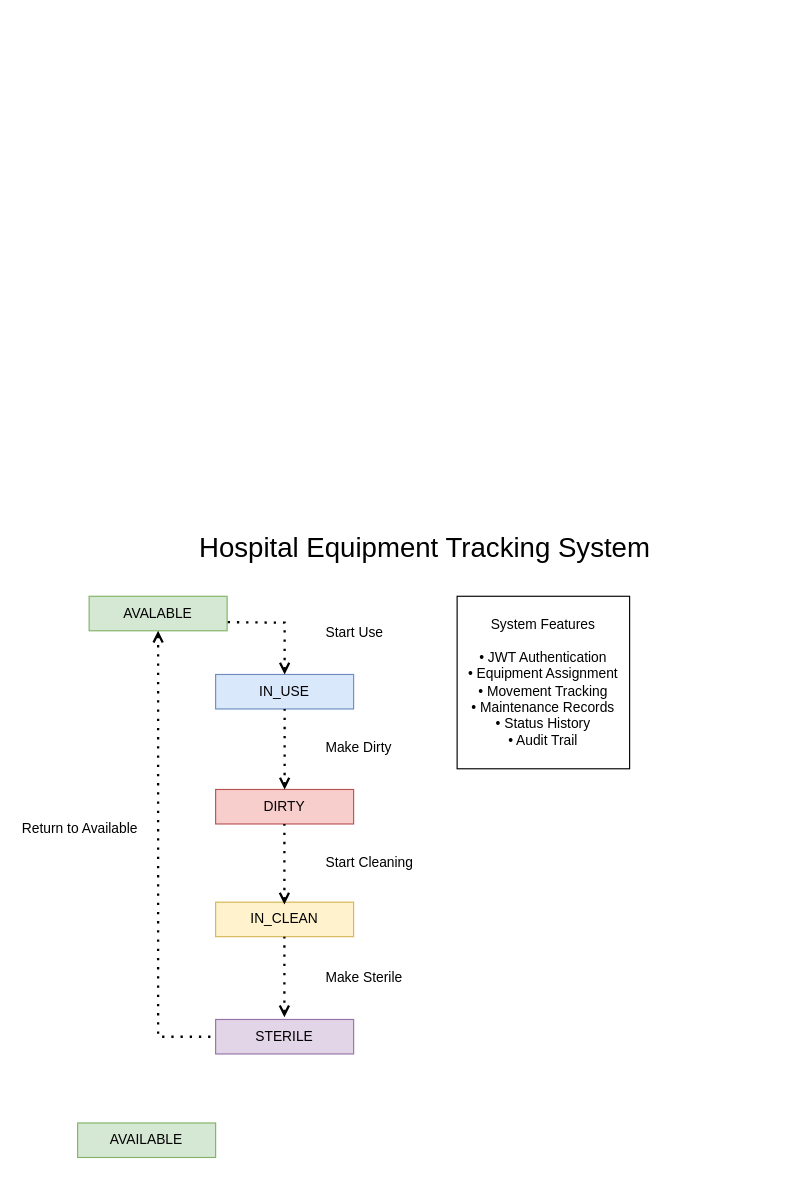
Before: docs/LifeSafety.drawio in QTian157/hospital-workflow-backend, a draw.io diagram. Source tidied: cells renumbered, new cells numbered last; positions are measured from the earlier drawing's top-left corner, leaving out a move shared by most shapes. Both pictures are drawn from the tidied source at 115%, with x=0, y=0 at pixel (20, 523).
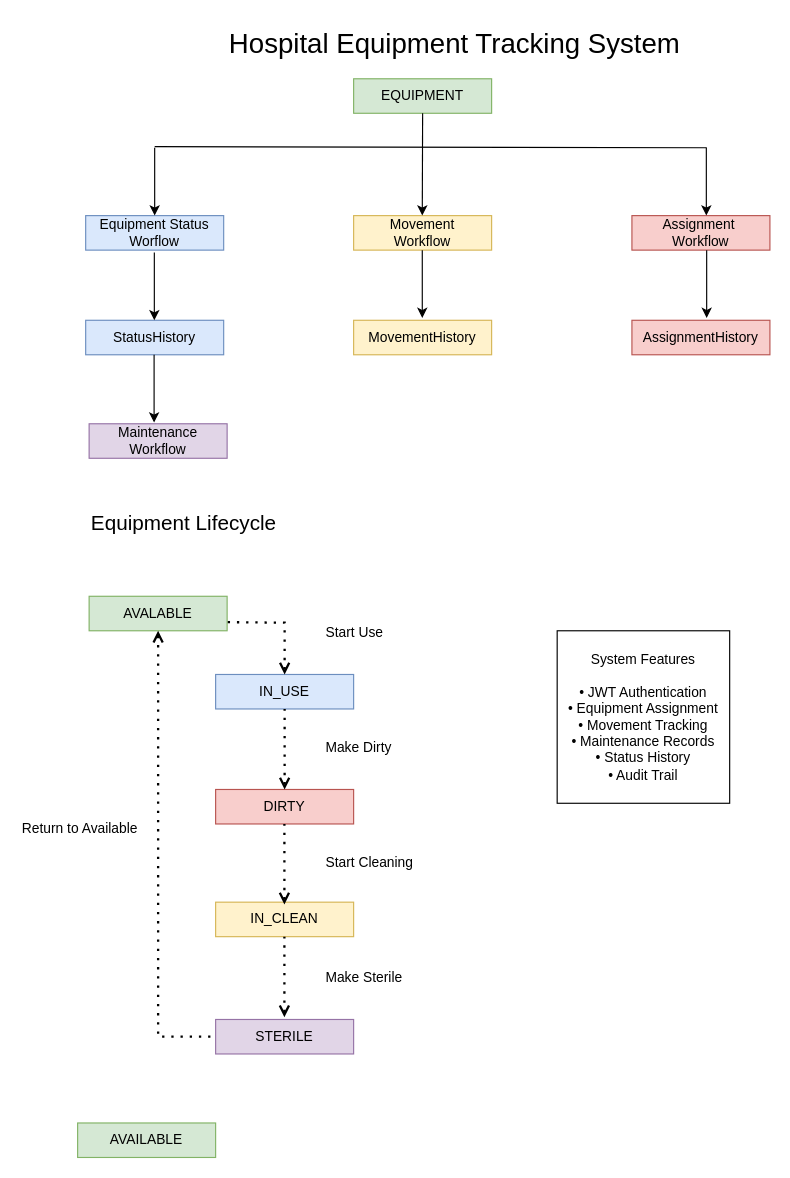
After the change.

Diff of the diagram source:
```diff
@@
     <mxCell id="3" value="&lt;font style=&quot;font-size: 24px;&quot;&gt;Hospital Equipment Tracking System&lt;/font&gt;" style="text;whiteSpace=wrap;html=1;" parent="1" vertex="1">
-      <mxGeometry x="154" width="396" height="40" as="geometry" />
+      <mxGeometry x="180" y="-438" width="396" height="40" as="geometry" />
     </mxCell>
@@
     <mxCell id="19" value="&lt;div&gt;&lt;font&gt;System Features&lt;/font&gt;&lt;/div&gt;&lt;div&gt;&lt;font&gt;&lt;br&gt;&lt;/font&gt;&lt;/div&gt;&lt;div&gt;&lt;font&gt;• JWT Authentication&lt;/font&gt;&lt;/div&gt;&lt;div&gt;&lt;font&gt;• Equipment Assignment&lt;/font&gt;&lt;/div&gt;&lt;div&gt;&lt;font&gt;• Movement Tracking&lt;/font&gt;&lt;/div&gt;&lt;div&gt;&lt;font&gt;• Maintenance Records&lt;/font&gt;&lt;/div&gt;&lt;div&gt;&lt;font&gt;• Status History&lt;/font&gt;&lt;/div&gt;&lt;div&gt;&lt;font&gt;• Audit Trail&lt;/font&gt;&lt;/div&gt;" style="whiteSpace=wrap;html=1;" parent="1" vertex="1">
-      <mxGeometry x="380" y="63" width="150" height="150" as="geometry" />
+      <mxGeometry x="467" y="93" width="150" height="150" as="geometry" />
     </mxCell>
+    <mxCell id="20" value="EQUIPMENT" style="rounded=0;whiteSpace=wrap;html=1;fillColor=#d5e8d4;strokeColor=#82b366;" parent="1" vertex="1">
+      <mxGeometry x="290" y="-387" width="120" height="30" as="geometry" />
+    </mxCell>
+    <mxCell id="21" value="Equipment Status&lt;div&gt;Worflow&lt;/div&gt;" style="rounded=0;whiteSpace=wrap;html=1;fillColor=#dae8fc;strokeColor=#6c8ebf;" parent="1" vertex="1">
+      <mxGeometry x="57" y="-268" width="120" height="30" as="geometry" />
+    </mxCell>
+    <mxCell id="22" value="Movement&lt;div&gt;Workflow&lt;/div&gt;" style="rounded=0;whiteSpace=wrap;html=1;fillColor=#fff2cc;strokeColor=#d6b656;" parent="1" vertex="1">
+      <mxGeometry x="290" y="-268" width="120" height="30" as="geometry" />
+    </mxCell>
+    <mxCell id="23" value="Assignment&amp;nbsp;&lt;div&gt;Workflow&lt;/div&gt;" style="rounded=0;whiteSpace=wrap;html=1;fillColor=#f8cecc;strokeColor=#b85450;" parent="1" vertex="1">
+      <mxGeometry x="532" y="-268" width="120" height="30" as="geometry" />
+    </mxCell>
+    <mxCell id="24" style="endArrow=none;html=1;rounded=0;" parent="1" edge="1">
+      <mxGeometry relative="1" as="geometry">
+        <mxPoint x="117" y="-328" as="sourcePoint" />
+        <mxPoint x="597" y="-327" as="targetPoint" />
+      </mxGeometry>
+    </mxCell>
+    <mxCell id="25" style="endArrow=classic;html=1;rounded=0;entryX=0.5;entryY=0;entryDx=0;entryDy=0;" parent="1" edge="1" target="21">
+      <mxGeometry relative="1" as="geometry">
+        <mxPoint x="117" y="-327" as="sourcePoint" />
+      </mxGeometry>
+    </mxCell>
+    <mxCell id="26" style="endArrow=classic;html=1;rounded=0;entryX=0.5;entryY=0;entryDx=0;entryDy=0;exitX=0.5;exitY=1;exitDx=0;exitDy=0;" parent="1" edge="1" source="20">
+      <mxGeometry relative="1" as="geometry">
+        <mxPoint x="349.7" y="-268" as="targetPoint" />
+      </mxGeometry>
+    </mxCell>
+    <mxCell id="27" style="endArrow=classic;html=1;rounded=0;entryX=0.5;entryY=0;entryDx=0;entryDy=0;" parent="1" edge="1">
+      <mxGeometry relative="1" as="geometry">
+        <mxPoint x="596.7" y="-327" as="sourcePoint" />
+        <mxPoint x="596.7" y="-268" as="targetPoint" />
+      </mxGeometry>
+    </mxCell>
+    <mxCell id="28" value="StatusHistory" style="rounded=0;whiteSpace=wrap;html=1;fillColor=#dae8fc;strokeColor=#6c8ebf;" parent="1" vertex="1">
+      <mxGeometry x="57" y="-177" width="120" height="30" as="geometry" />
+    </mxCell>
+    <mxCell id="29" value="MovementHistory" style="rounded=0;whiteSpace=wrap;html=1;fillColor=#fff2cc;strokeColor=#d6b656;" parent="1" vertex="1">
+      <mxGeometry x="290" y="-177" width="120" height="30" as="geometry" />
+    </mxCell>
+    <mxCell id="30" value="AssignmentHistory" style="rounded=0;whiteSpace=wrap;html=1;fillColor=#f8cecc;strokeColor=#b85450;" parent="1" vertex="1">
+      <mxGeometry x="532" y="-177" width="120" height="30" as="geometry" />
+    </mxCell>
+    <mxCell id="31" style="endArrow=classic;html=1;rounded=0;entryX=0.5;entryY=0;entryDx=0;entryDy=0;" parent="1" edge="1">
+      <mxGeometry relative="1" as="geometry">
+        <mxPoint x="116.7" y="-236" as="sourcePoint" />
+        <mxPoint x="116.7" y="-177" as="targetPoint" />
+      </mxGeometry>
+    </mxCell>
+    <mxCell id="32" style="endArrow=classic;html=1;rounded=0;entryX=0.5;entryY=0;entryDx=0;entryDy=0;" parent="1" edge="1">
+      <mxGeometry relative="1" as="geometry">
+        <mxPoint x="349.7" y="-238" as="sourcePoint" />
+        <mxPoint x="349.7" y="-179" as="targetPoint" />
+      </mxGeometry>
+    </mxCell>
+    <mxCell id="33" style="endArrow=classic;html=1;rounded=0;entryX=0.5;entryY=0;entryDx=0;entryDy=0;" parent="1" edge="1">
+      <mxGeometry relative="1" as="geometry">
+        <mxPoint x="597" y="-238" as="sourcePoint" />
+        <mxPoint x="597" y="-179" as="targetPoint" />
+      </mxGeometry>
+    </mxCell>
+    <mxCell id="34" value="Maintenance Workflow" style="rounded=0;whiteSpace=wrap;html=1;fillColor=#e1d5e7;strokeColor=#9673a6;" parent="1" vertex="1">
+      <mxGeometry x="60" y="-87" width="120" height="30" as="geometry" />
+    </mxCell>
+    <mxCell id="35" style="endArrow=classic;html=1;rounded=0;entryX=0.5;entryY=0;entryDx=0;entryDy=0;" parent="1" edge="1">
+      <mxGeometry relative="1" as="geometry">
+        <mxPoint x="116.5" y="-147" as="sourcePoint" />
+        <mxPoint x="116.5" y="-88" as="targetPoint" />
+      </mxGeometry>
+    </mxCell>
+    <mxCell id="36" value="&lt;font style=&quot;font-size: 18px;&quot;&gt;Equipment Lifecycle&lt;/font&gt;" style="text;whiteSpace=wrap;html=1;" parent="1" vertex="1">
+      <mxGeometry x="60" y="-17" width="187" height="40" as="geometry" />
+    </mxCell>
```
